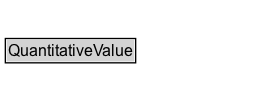
Before: docs/diagrams/QuantitativeValue.dot.png, a diagram exported from Graphviz (k-vaughn/ontology-import-gr). Its source is kept beside it as docs/diagrams/QuantitativeValue.dot. Its diagram source:
```dot
digraph {
	graph [overlap=false rankdir=TB splines=true]
	node [fontname=Arial fontsize=12 margin=0 shape=none]
	edge [fontname=Arial fontsize=11]
	QuantitativeValue [label=<<TABLE BORDER="1" CELLBORDER="0" CELLSPACING="0" CELLPADDING="1"><TR><TD BGCOLOR="lightgray" ALIGN="CENTER">QuantitativeValue</TD></TR></TABLE>> URL="../QuantitativeValue" margin=0]
	{
		rank=max
	}
	subgraph cluster_associated {
		label="" style=invis
		Invis [label=<<TABLE BORDER="0" CELLBORDER="0" CELLSPACING="0" CELLPADDING="1"><TR><TD></TD></TR></TABLE>> margin=0 style=invis]
	}
}
```
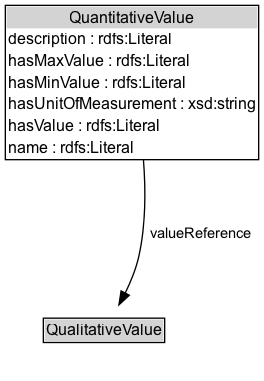
Above is the later version.

The edit, as a diff of the source:
```diff
@@ -2,12 +2,20 @@
 	graph [overlap=false rankdir=TB splines=true]
 	node [fontname=Arial fontsize=12 margin=0 shape=none]
 	edge [fontname=Arial fontsize=11]
-	QuantitativeValue [label=<<TABLE BORDER="1" CELLBORDER="0" CELLSPACING="0" CELLPADDING="1"><TR><TD BGCOLOR="lightgray" ALIGN="CENTER">QuantitativeValue</TD></TR></TABLE>> URL="../QuantitativeValue" margin=0]
+	{
+		rank=source
+	}
+	QuantitativeValue [label=<<TABLE BORDER="1" CELLBORDER="0" CELLSPACING="0" CELLPADDING="1"><TR><TD BGCOLOR="lightgray" ALIGN="CENTER">QuantitativeValue</TD></TR><TR><TD ALIGN="LEFT">description : rdfs:Literal</TD></TR><TR><TD ALIGN="LEFT">hasMaxValue : rdfs:Literal</TD></TR><TR><TD ALIGN="LEFT">hasMinValue : rdfs:Literal</TD></TR><TR><TD ALIGN="LEFT">hasUnitOfMeasurement : xsd:string</TD></TR><TR><TD ALIGN="LEFT">hasValue : rdfs:Literal</TD></TR><TR><TD ALIGN="LEFT">name : rdfs:Literal</TD></TR></TABLE>> URL="../QuantitativeValue" margin=0]
 	{
 		rank=max
 	}
 	subgraph cluster_associated {
 		label="" style=invis
 		Invis [label=<<TABLE BORDER="0" CELLBORDER="0" CELLSPACING="0" CELLPADDING="1"><TR><TD></TD></TR></TABLE>> margin=0 style=invis]
+		QualitativeValue [label=<<TABLE BORDER="1" CELLBORDER="0" CELLSPACING="0" CELLPADDING="1"><TR><TD BGCOLOR="lightgray" ALIGN="CENTER">QualitativeValue</TD></TR></TABLE>> URL="../QualitativeValue" margin=0]
 	}
+	QuantitativeValue -> Invis [style=invis]
+	Invis -> QualitativeValue [style=invis]
+	QualitativeValue [label=<<TABLE BORDER="1" CELLBORDER="0" CELLSPACING="0" CELLPADDING="1"><TR><TD BGCOLOR="lightgray" ALIGN="CENTER">QualitativeValue</TD></TR></TABLE>> URL="../QualitativeValue" margin=0]
+	QuantitativeValue -> QualitativeValue [label=<<TABLE BORDER="0" CELLBORDER="0" CELLSPACING="0" CELLPADDING="4" BGCOLOR="white"><TR><TD ALIGN="CENTER">valueReference</TD></TR></TABLE>> arrowhead=normal style=solid]
 }
```
